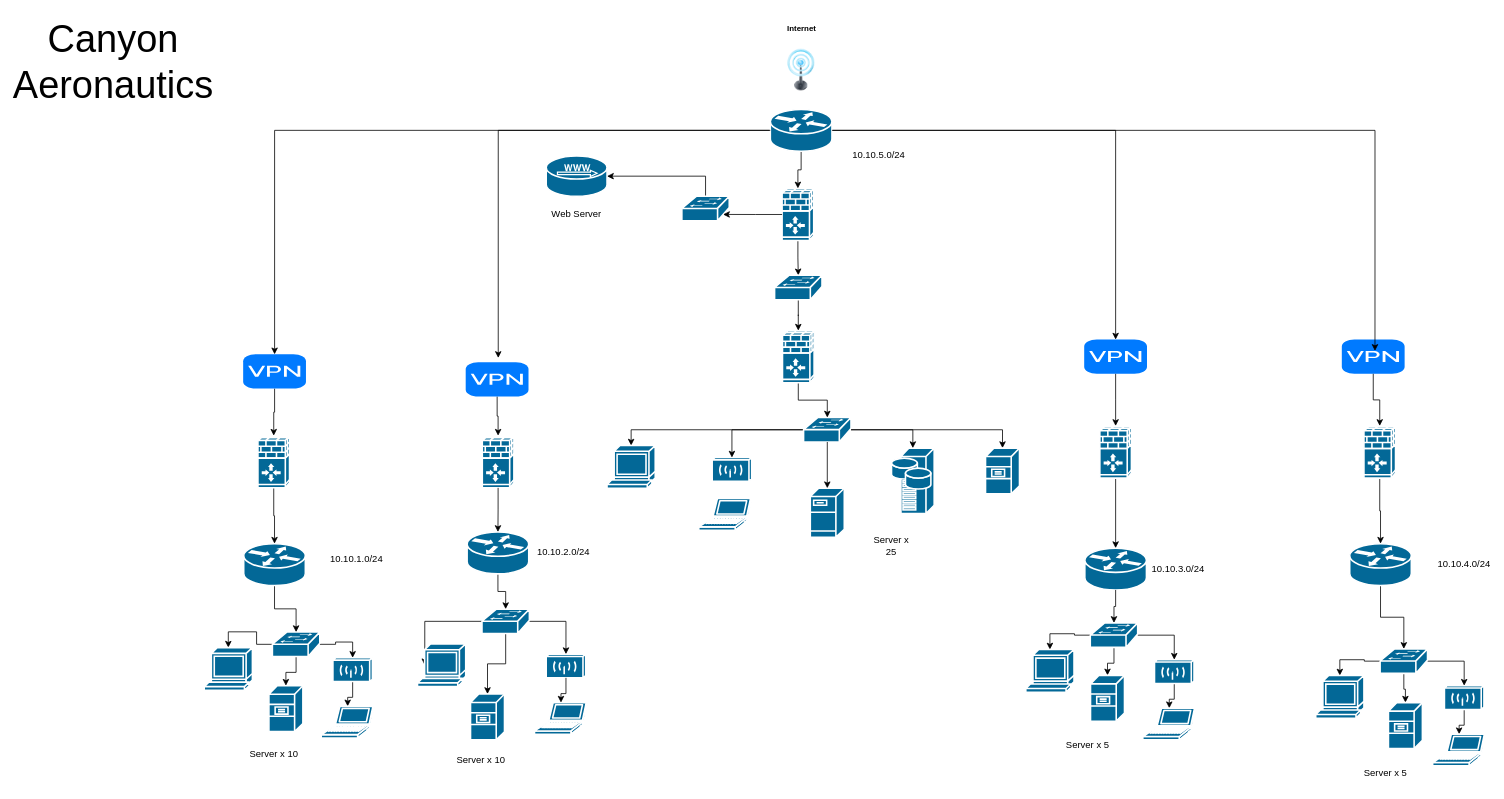
Earlier version of the draw.io diagram ITT-216-CanyonAero.drawio (cyberqueenmeg/itt-116). Source tidied: cells renumbered, new cells numbered last; positions are measured from the earlier drawing's top-left corner, leaving out a move shared by most shapes. Both pictures are drawn from the tidied source at 79%, with x=0, y=0 at pixel (30, 14).
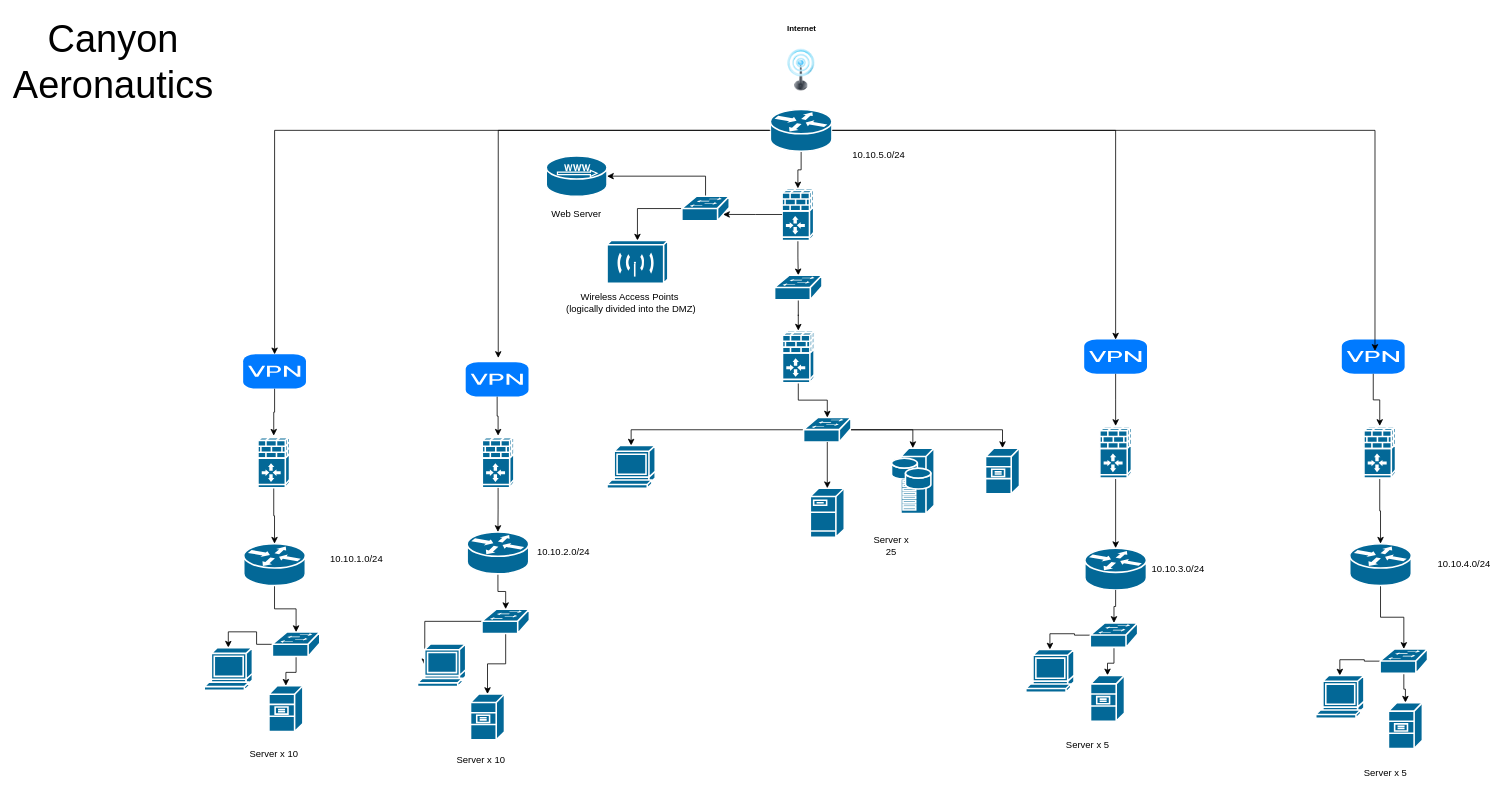
The same page after the edit.

The change refers to these unchanged cells:
```xml
<mxCell id="8" style="shape=mxgraph.cisco.switches.workgroup_switch;sketch=0;html=1;dashed=0;fillColor=#036897;strokeColor=#ffffff;strokeWidth=2;verticalLabelPosition=bottom;verticalAlign=top;align=center;outlineConnect=0;" parent="1" vertex="1">
  <mxGeometry x="571.6" y="752.5" width="60" height="31" as="geometry" />
</mxCell>
<mxCell id="16" style="shape=mxgraph.cisco.switches.workgroup_switch;sketch=0;html=1;dashed=0;fillColor=#036897;strokeColor=#ffffff;strokeWidth=2;verticalLabelPosition=bottom;verticalAlign=top;align=center;outlineConnect=0;" parent="1" vertex="1">
  <mxGeometry x="306.3" y="781.6" width="60" height="31" as="geometry" />
</mxCell>
<mxCell id="24" style="shape=mxgraph.cisco.switches.workgroup_switch;sketch=0;html=1;dashed=0;fillColor=#036897;strokeColor=#ffffff;strokeWidth=2;verticalLabelPosition=bottom;verticalAlign=top;align=center;outlineConnect=0;" parent="1" vertex="1">
  <mxGeometry x="1708.5" y="802.9" width="60" height="31" as="geometry" />
</mxCell>
<mxCell id="45" style="shape=mxgraph.cisco.switches.workgroup_switch;sketch=0;html=1;dashed=0;fillColor=#036897;strokeColor=#ffffff;strokeWidth=2;verticalLabelPosition=bottom;verticalAlign=top;align=center;outlineConnect=0;" parent="1" vertex="1">
  <mxGeometry x="978.7" y="510" width="60" height="31" as="geometry" />
</mxCell>
<mxCell id="64" style="shape=mxgraph.cisco.switches.workgroup_switch;sketch=0;html=1;dashed=0;fillColor=#036897;strokeColor=#ffffff;strokeWidth=2;verticalLabelPosition=bottom;verticalAlign=top;align=center;outlineConnect=0;" parent="1" vertex="1">
  <mxGeometry x="824.6" y="230" width="60" height="31" as="geometry" />
</mxCell>
<mxCell id="80" style="shape=mxgraph.cisco.switches.workgroup_switch;sketch=0;html=1;dashed=0;fillColor=#036897;strokeColor=#ffffff;strokeWidth=2;verticalLabelPosition=bottom;verticalAlign=top;align=center;outlineConnect=0;" parent="1" vertex="1">
  <mxGeometry x="1341.6" y="770" width="60" height="31" as="geometry" />
</mxCell>
```

Diff of the diagram source:
```diff
@@
-    <mxCell id="4" style="shape=mxgraph.cisco.wireless.wireless_transport;sketch=0;html=1;dashed=0;fillColor=#036897;strokeColor=#ffffff;strokeWidth=2;verticalLabelPosition=bottom;verticalAlign=top;align=center;outlineConnect=0;" parent="1" vertex="1">
-      <mxGeometry x="652.9" y="809.5" width="50" height="30" as="geometry" />
-    </mxCell>
-    <mxCell id="5" style="edgeStyle=orthogonalEdgeStyle;rounded=0;jettySize=auto;html=1;" parent="1" edge="1" source="8" target="4">
-      <mxGeometry relative="1" as="geometry" />
-    </mxCell>
@@
-    <mxCell id="9" style="shape=mxgraph.cisco.computers_and_peripherals.laptop;sketch=0;html=1;dashed=0;fillColor=#036897;strokeColor=#ffffff;strokeWidth=2;verticalLabelPosition=bottom;verticalAlign=top;align=center;outlineConnect=0;" parent="1" vertex="1">
-      <mxGeometry x="638.1" y="870.9" width="67" height="40" as="geometry" />
-    </mxCell>
@@
-    <mxCell id="11" style="edgeStyle=orthogonalEdgeStyle;rounded=0;jettySize=auto;html=1;" parent="1" edge="1" source="12" target="17">
-      <mxGeometry relative="1" as="geometry" />
-    </mxCell>
-    <mxCell id="12" style="shape=mxgraph.cisco.wireless.wireless_transport;sketch=0;html=1;dashed=0;fillColor=#036897;strokeColor=#ffffff;strokeWidth=2;verticalLabelPosition=bottom;verticalAlign=top;align=center;outlineConnect=0;" parent="1" vertex="1">
-      <mxGeometry x="382.9" y="814.2" width="50" height="30" as="geometry" />
-    </mxCell>
-    <mxCell id="13" style="edgeStyle=orthogonalEdgeStyle;rounded=0;jettySize=auto;html=1;entryX=0.5;entryY=0;entryDx=0;entryDy=0;entryPerimeter=0;" parent="1" edge="1" source="16" target="12">
-      <mxGeometry relative="1" as="geometry" />
-    </mxCell>
@@
-    <mxCell id="17" style="shape=mxgraph.cisco.computers_and_peripherals.laptop;sketch=0;html=1;dashed=0;fillColor=#036897;strokeColor=#ffffff;strokeWidth=2;verticalLabelPosition=bottom;verticalAlign=top;align=center;outlineConnect=0;" parent="1" vertex="1">
-      <mxGeometry x="368.1" y="875.6" width="67" height="40" as="geometry" />
-    </mxCell>
@@
-    <mxCell id="19" style="edgeStyle=orthogonalEdgeStyle;rounded=0;jettySize=auto;html=1;" parent="1" edge="1" source="20" target="25">
-      <mxGeometry relative="1" as="geometry" />
-    </mxCell>
-    <mxCell id="20" style="shape=mxgraph.cisco.wireless.wireless_transport;sketch=0;html=1;dashed=0;fillColor=#036897;strokeColor=#ffffff;strokeWidth=2;verticalLabelPosition=bottom;verticalAlign=top;align=center;outlineConnect=0;" parent="1" vertex="1">
-      <mxGeometry x="1789.9" y="849.5" width="50" height="30" as="geometry" />
-    </mxCell>
@@
-    <mxCell id="22" style="edgeStyle=orthogonalEdgeStyle;rounded=0;jettySize=auto;html=1;" parent="1" edge="1" source="24" target="20">
-      <mxGeometry relative="1" as="geometry" />
-    </mxCell>
@@
-    <mxCell id="25" style="shape=mxgraph.cisco.computers_and_peripherals.laptop;sketch=0;html=1;dashed=0;fillColor=#036897;strokeColor=#ffffff;strokeWidth=2;verticalLabelPosition=bottom;verticalAlign=top;align=center;outlineConnect=0;" parent="1" vertex="1">
-      <mxGeometry x="1775" y="910.9" width="67" height="40" as="geometry" />
-    </mxCell>
@@
-    <mxCell id="41" style="shape=mxgraph.cisco.wireless.wireless_transport;sketch=0;html=1;dashed=0;fillColor=#036897;strokeColor=#ffffff;strokeWidth=2;verticalLabelPosition=bottom;verticalAlign=top;align=center;outlineConnect=0;" parent="1" vertex="1">
-      <mxGeometry x="863" y="560.7" width="50" height="30" as="geometry" />
-    </mxCell>
-    <mxCell id="42" style="edgeStyle=orthogonalEdgeStyle;rounded=0;jettySize=auto;html=1;entryX=0.5;entryY=0;entryDx=0;entryDy=0;entryPerimeter=0;" parent="1" edge="1" source="45" target="41">
-      <mxGeometry relative="1" as="geometry" />
-    </mxCell>
@@
-    <mxCell id="46" style="shape=mxgraph.cisco.computers_and_peripherals.laptop;sketch=0;html=1;dashed=0;fillColor=#036897;strokeColor=#ffffff;strokeWidth=2;verticalLabelPosition=bottom;verticalAlign=top;align=center;" parent="1" vertex="1">
-      <mxGeometry x="846" y="612.6" width="67" height="40" as="geometry" />
-    </mxCell>
@@
+    <mxCell id="105" style="edgeStyle=orthogonalEdgeStyle;rounded=0;jettySize=auto;html=1;" parent="1" edge="1" source="64" target="106">
+      <mxGeometry relative="1" as="geometry" />
+    </mxCell>
@@
-    <mxCell id="75" style="edgeStyle=orthogonalEdgeStyle;rounded=0;jettySize=auto;html=1;" parent="1" edge="1" source="76" target="81">
-      <mxGeometry relative="1" as="geometry" />
-    </mxCell>
-    <mxCell id="76" style="shape=mxgraph.cisco.wireless.wireless_transport;sketch=0;html=1;dashed=0;fillColor=#036897;strokeColor=#ffffff;strokeWidth=2;verticalLabelPosition=bottom;verticalAlign=top;align=center;outlineConnect=0;" parent="1" vertex="1">
-      <mxGeometry x="1422.9" y="816.6" width="50" height="30" as="geometry" />
-    </mxCell>
@@
-    <mxCell id="78" style="edgeStyle=orthogonalEdgeStyle;rounded=0;jettySize=auto;html=1;" parent="1" edge="1" source="80" target="76">
-      <mxGeometry relative="1" as="geometry" />
-    </mxCell>
@@
-    <mxCell id="81" style="shape=mxgraph.cisco.computers_and_peripherals.laptop;sketch=0;html=1;dashed=0;fillColor=#036897;strokeColor=#ffffff;strokeWidth=2;verticalLabelPosition=bottom;verticalAlign=top;align=center;outlineConnect=0;" parent="1" vertex="1">
-      <mxGeometry x="1408.1" y="878" width="67" height="40" as="geometry" />
-    </mxCell>
@@
-    <mxCell id="84" style="edgeStyle=orthogonalEdgeStyle;rounded=0;jettySize=auto;html=1;entryX=0.5;entryY=0;entryDx=0;entryDy=0;entryPerimeter=0;" parent="1" edge="1" source="4" target="9">
-      <mxGeometry relative="1" as="geometry" />
-    </mxCell>
@@
+    <mxCell id="106" style="shape=mxgraph.cisco.wireless.wireless_transport;sketch=0;html=1;dashed=0;fillColor=#036897;strokeColor=#ffffff;strokeWidth=2;verticalLabelPosition=bottom;verticalAlign=top;align=center;outlineConnect=0;" parent="1" vertex="1">
+      <mxGeometry x="729.9" y="286" width="77" height="54" as="geometry" />
+    </mxCell>
+    <mxCell id="107" value="Wireless Access Points&amp;nbsp;&lt;div&gt;(logically divided into the DMZ)&lt;/div&gt;" style="text;html=1;align=center;verticalAlign=middle;strokeColor=none;fillColor=none;" parent="1" vertex="1">
+      <mxGeometry x="665.4" y="345" width="190" height="40" as="geometry" />
+    </mxCell>
```
